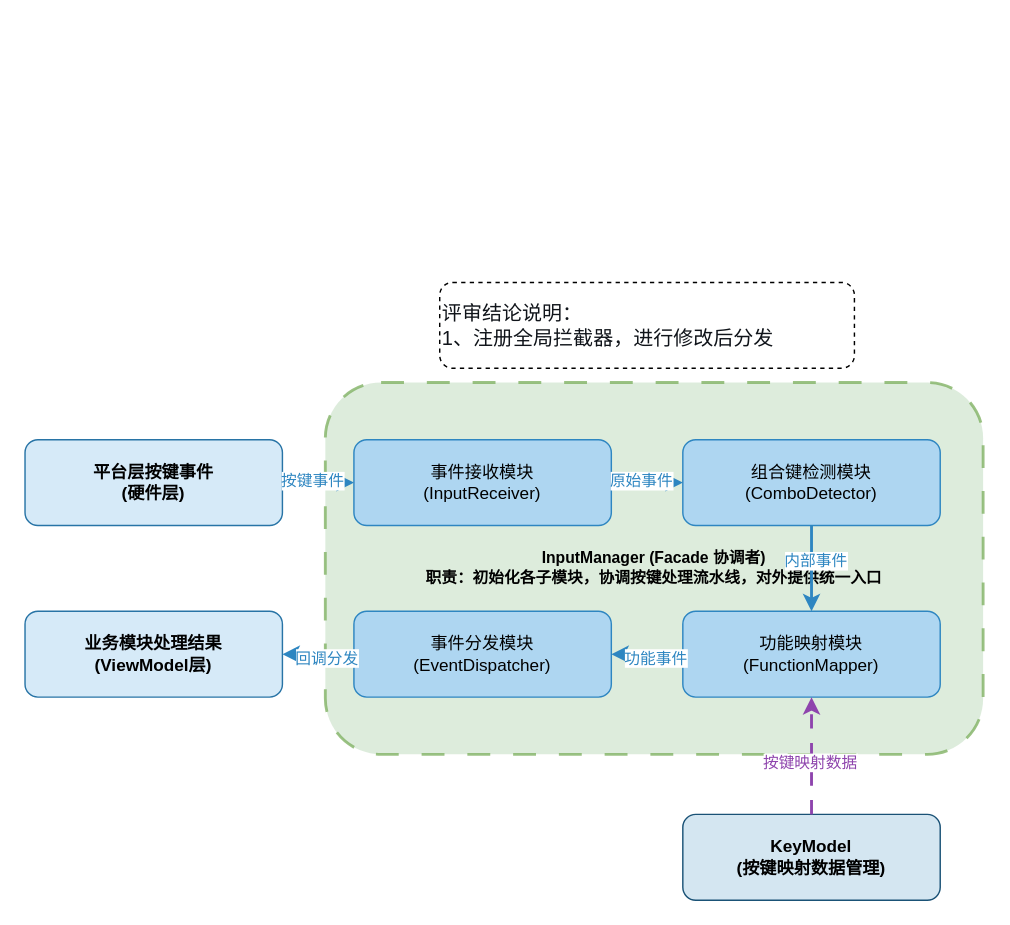
Above: page "按键分发" (11 of 13) of PDR.drawio in liyunhao2/technology (draw.io), before the change. Source tidied: cells renumbered, new cells numbered last; positions are measured from the earlier drawing's top-left corner, leaving out a move shared by most shapes. Both pictures are drawn from the tidied source at 143%, with x=0, y=0 at pixel (24, 282).
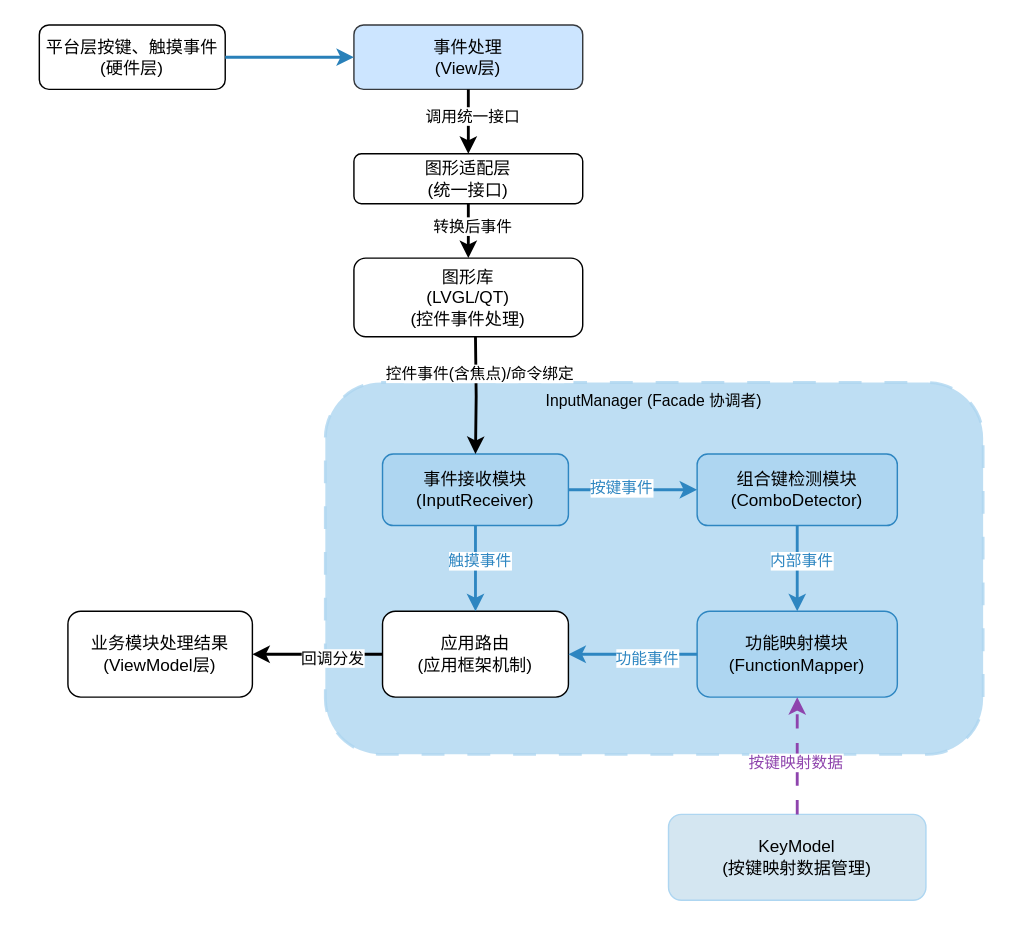
The same diagram, later.

Unchanged cells that the change refers to:
```xml
<mxCell id="12" style="edgeStyle=orthogonalEdgeStyle;rounded=0;html=1;exitX=1;exitY=0.5;entryX=0;entryY=0.5;endArrow=classic;strokeColor=#2E86C1;strokeWidth=2;entryDx=0;entryDy=0;exitDx=0;exitDy=0;" parent="1" edge="1" source="4" target="5">
  <mxGeometry relative="1" as="geometry" />
</mxCell>
```

Change to the diagram source:
```diff
@@
-    <mxCell id="2" value="InputManager (Facade 协调者)&lt;br&gt;职责：初始化各子模块，协调按键处理流水线，对外提供统一入口" style="rounded=1;whiteSpace=wrap;html=1;dashed=1;dashPattern=8 8;fontSize=11;fontStyle=1;strokeWidth=2;opacity=80;fillColor=#d5e8d4;strokeColor=#82b366;" parent="1" vertex="1">
+    <mxCell id="2" value="InputManager (Facade 协调者)" style="rounded=1;whiteSpace=wrap;html=1;dashed=1;dashPattern=8 8;fontSize=11;fontStyle=0;strokeWidth=2;opacity=80;fillColor=#AED6F1;strokeColor=#AED6F1;verticalAlign=top;" parent="1" vertex="1">
       <mxGeometry x="210" y="70" width="460" height="260" as="geometry" />
     </mxCell>
-    <mxCell id="3" value="平台层按键事件&lt;br&gt;(硬件层)" style="rounded=1;whiteSpace=wrap;html=1;fillColor=#D6EAF8;strokeColor=#2874A6;fontSize=12;fontStyle=1;" parent="1" vertex="1">
-      <mxGeometry y="110" width="180" height="60" as="geometry" />
-    </mxCell>
     <mxCell id="4" value="事件接收模块&lt;br&gt;(InputReceiver)" style="rounded=1;whiteSpace=wrap;html=1;fillColor=#AED6F1;strokeColor=#2E86C1;fontSize=12;" parent="1" vertex="1">
-      <mxGeometry x="230" y="110" width="180" height="60" as="geometry" />
+      <mxGeometry x="250" y="120" width="130" height="50" as="geometry" />
     </mxCell>
     <mxCell id="5" value="组合键检测模块&lt;br&gt;(ComboDetector)" style="rounded=1;whiteSpace=wrap;html=1;fillColor=#AED6F1;strokeColor=#2E86C1;fontSize=12;" parent="1" vertex="1">
-      <mxGeometry x="460" y="110" width="180" height="60" as="geometry" />
+      <mxGeometry x="470" y="120" width="140" height="50" as="geometry" />
     </mxCell>
     <mxCell id="6" value="功能映射模块&lt;br&gt;(FunctionMapper)" style="rounded=1;whiteSpace=wrap;html=1;fillColor=#AED6F1;strokeColor=#2E86C1;fontSize=12;" parent="1" vertex="1">
-      <mxGeometry x="460" y="230" width="180" height="60" as="geometry" />
+      <mxGeometry x="470" y="230" width="140" height="60" as="geometry" />
     </mxCell>
-    <mxCell id="7" value="事件分发模块&lt;br&gt;(EventDispatcher)" style="rounded=1;whiteSpace=wrap;html=1;fillColor=#AED6F1;strokeColor=#2E86C1;fontSize=12;" parent="1" vertex="1">
-      <mxGeometry x="230" y="230" width="180" height="60" as="geometry" />
+    <mxCell id="7" value="应用路由&lt;br&gt;(应用框架机制)" style="rounded=1;whiteSpace=wrap;html=1;fontSize=12;" parent="1" vertex="1">
+      <mxGeometry x="250" y="230" width="130" height="60" as="geometry" />
     </mxCell>
-    <mxCell id="8" value="业务模块处理结果&lt;br&gt;(ViewModel层)" style="rounded=1;whiteSpace=wrap;html=1;fillColor=#D6EAF8;strokeColor=#2874A6;fontSize=12;fontStyle=1;" parent="1" vertex="1">
-      <mxGeometry y="230" width="180" height="60" as="geometry" />
+    <mxCell id="8" value="业务模块处理结果&lt;br&gt;(ViewModel层)" style="rounded=1;whiteSpace=wrap;html=1;fontSize=12;fontStyle=0;" parent="1" vertex="1">
+      <mxGeometry x="30" y="230" width="129" height="60" as="geometry" />
     </mxCell>
-    <mxCell id="9" value="KeyModel&lt;br&gt;(按键映射数据管理)" style="rounded=1;whiteSpace=wrap;html=1;fillColor=#D4E6F1;strokeColor=#1A5276;fontSize=12;fontStyle=1;" parent="1" vertex="1">
-      <mxGeometry x="460" y="372" width="180" height="60" as="geometry" />
+    <mxCell id="9" value="KeyModel&lt;br&gt;(按键映射数据管理)" style="rounded=1;whiteSpace=wrap;html=1;fillColor=#D4E6F1;strokeColor=#AED6F1;fontSize=12;fontStyle=0;" parent="1" vertex="1">
+      <mxGeometry x="450" y="372" width="180" height="60" as="geometry" />
     </mxCell>
-    <mxCell id="10" style="edgeStyle=orthogonalEdgeStyle;rounded=0;html=1;exitX=1;exitY=0.5;entryX=0;entryY=0.5;endArrow=classic;strokeColor=#2E86C1;strokeWidth=2;entryDx=0;entryDy=0;exitDx=0;exitDy=0;" parent="1" edge="1" source="3" target="4">
-      <mxGeometry relative="1" as="geometry" />
-    </mxCell>
-    <mxCell id="11" value="按键事件" style="edgeLabel;html=1;align=center;verticalAlign=middle;fontSize=11;fontColor=#2E86C1;" parent="10" vertex="1">
-      <mxGeometry x="-0.2" y="2" relative="1" as="geometry" />
-    </mxCell>
@@
-    <mxCell id="13" value="原始事件" style="edgeLabel;html=1;align=center;verticalAlign=middle;fontSize=11;fontColor=#2E86C1;" parent="12" vertex="1">
+    <mxCell id="13" value="按键事件" style="edgeLabel;html=1;align=center;verticalAlign=middle;fontSize=11;fontColor=#2E86C1;" parent="12" vertex="1">
       <mxGeometry x="-0.2" y="2" relative="1" as="geometry" />
     </mxCell>
@@
-    <mxCell id="18" style="edgeStyle=orthogonalEdgeStyle;rounded=0;html=1;exitX=0;exitY=0.5;entryX=1;entryY=0.5;endArrow=classic;strokeColor=#2E86C1;strokeWidth=2;entryDx=0;entryDy=0;exitDx=0;exitDy=0;" parent="1" edge="1" source="7" target="8">
+    <mxCell id="18" style="edgeStyle=orthogonalEdgeStyle;rounded=0;html=1;exitX=0;exitY=0.5;entryX=1;entryY=0.5;endArrow=classic;strokeColor=#000000;strokeWidth=2;entryDx=0;entryDy=0;exitDx=0;exitDy=0;" parent="1" edge="1" source="7" target="8">
       <mxGeometry relative="1" as="geometry" />
     </mxCell>
-    <mxCell id="19" value="回调分发" style="edgeLabel;html=1;align=center;verticalAlign=middle;fontSize=11;fontColor=#2E86C1;" parent="18" vertex="1">
+    <mxCell id="19" value="回调分发" style="edgeLabel;html=1;align=center;verticalAlign=middle;fontSize=11;fontColor=#000000;" parent="18" vertex="1">
       <mxGeometry x="-0.2" y="2" relative="1" as="geometry" />
     </mxCell>
@@
-    <mxCell id="22" value="&lt;div&gt;&lt;span style=&quot;color: rgb(16, 20, 26); font-family: &amp;quot;PingFang SC&amp;quot;, &amp;quot;Microsoft YaHei&amp;quot;, 黑体, 宋体, sans-serif, TdocsUncommon; font-size: 14px; white-space: pre-line; background-color: rgba(255, 255, 255, 0.92);&quot;&gt;评审结论说明：&lt;/span&gt;&lt;/div&gt;&lt;span style=&quot;color: rgb(16, 20, 26); font-family: &amp;quot;PingFang SC&amp;quot;, &amp;quot;Microsoft YaHei&amp;quot;, 黑体, 宋体, sans-serif, TdocsUncommon; font-size: 14px; white-space: pre-line; background-color: rgba(255, 255, 255, 0.92);&quot;&gt;1、注册全局拦截器，进行修改后分发&lt;/span&gt;" style="rounded=1;whiteSpace=wrap;html=1;dashed=1;align=left;" parent="1" vertex="1">
-      <mxGeometry x="290" width="290" height="60" as="geometry" />
-    </mxCell>
+    <mxCell id="23" value="平台层按键、触摸事件&lt;br&gt;(硬件层)" style="rounded=1;whiteSpace=wrap;html=1;fontSize=12;fontStyle=0;" parent="1" vertex="1">
+      <mxGeometry x="10" y="-180" width="130" height="45" as="geometry" />
+    </mxCell>
+    <mxCell id="24" value="事件处理&lt;br&gt;(View层)" style="rounded=1;whiteSpace=wrap;html=1;fillColor=#cce5ff;strokeColor=#36393d;fontSize=12;" parent="1" vertex="1">
+      <mxGeometry x="230" y="-180" width="160" height="45" as="geometry" />
+    </mxCell>
+    <mxCell id="25" value="图形适配层&lt;br&gt;(统一接口)" style="rounded=1;whiteSpace=wrap;html=1;fontSize=12;" parent="1" vertex="1">
+      <mxGeometry x="230" y="-90" width="160" height="35" as="geometry" />
+    </mxCell>
+    <mxCell id="26" value="图形库&lt;br&gt;(LVGL/QT)&lt;br&gt;(控件事件处理)" style="rounded=1;whiteSpace=wrap;html=1;fontSize=12;" parent="1" vertex="1">
+      <mxGeometry x="230" y="-17" width="160" height="55" as="geometry" />
+    </mxCell>
+    <mxCell id="27" style="edgeStyle=orthogonalEdgeStyle;rounded=0;html=1;exitX=1;exitY=0.5;entryX=0;entryY=0.5;endArrow=classic;strokeColor=#2980B9;strokeWidth=2;fillColor=#cce5ff;" parent="1" edge="1" source="23" target="24">
+      <mxGeometry relative="1" as="geometry" />
+    </mxCell>
+    <mxCell id="28" style="edgeStyle=orthogonalEdgeStyle;rounded=0;html=1;exitX=0.5;exitY=1;entryX=0.5;entryY=0;endArrow=classic;strokeColor=#000000;strokeWidth=2;entryDx=0;entryDy=0;exitDx=0;exitDy=0;" parent="1" edge="1" source="24" target="25">
+      <mxGeometry relative="1" as="geometry" />
+    </mxCell>
+    <mxCell id="29" value="调用统一接口" style="edgeLabel;html=1;align=center;verticalAlign=middle;fontSize=11;fontColor=#000000;" parent="28" vertex="1">
+      <mxGeometry x="-0.2" y="2" relative="1" as="geometry" />
+    </mxCell>
+    <mxCell id="30" style="edgeStyle=orthogonalEdgeStyle;rounded=0;html=1;exitX=0.5;exitY=1;endArrow=classic;strokeColor=#000000;strokeWidth=2;entryX=0.5;entryY=0;entryDx=0;entryDy=0;" parent="1" edge="1" source="25" target="26">
+      <mxGeometry relative="1" as="geometry" />
+    </mxCell>
+    <mxCell id="31" value="转换后事件" style="edgeLabel;html=1;align=center;verticalAlign=middle;fontSize=11;fontColor=#000000;" parent="30" vertex="1">
+      <mxGeometry x="-0.2" y="2" relative="1" as="geometry" />
+    </mxCell>
+    <mxCell id="32" style="edgeStyle=orthogonalEdgeStyle;rounded=0;html=1;endArrow=classic;strokeColor=#000000;strokeWidth=2;fontColor=#000000;entryX=0.5;entryY=0;entryDx=0;entryDy=0;" parent="1" edge="1" target="4">
+      <mxGeometry relative="1" as="geometry">
+        <mxPoint x="315" y="38" as="sourcePoint" />
+      </mxGeometry>
+    </mxCell>
+    <mxCell id="33" value="控件事件(含焦点)/命令绑定" style="edgeLabel;html=1;align=center;verticalAlign=middle;fontSize=11;fontColor=#000000;" parent="32" vertex="1">
+      <mxGeometry x="-0.2" y="2" relative="1" as="geometry">
+        <mxPoint y="-7" as="offset" />
+      </mxGeometry>
+    </mxCell>
+    <mxCell id="34" style="edgeStyle=orthogonalEdgeStyle;rounded=0;html=1;exitX=0.5;exitY=1;entryX=0.5;entryY=0;endArrow=classic;strokeColor=#2E86C1;strokeWidth=2;entryDx=0;entryDy=0;exitDx=0;exitDy=0;" parent="1" edge="1" source="4" target="7">
+      <mxGeometry relative="1" as="geometry" />
+    </mxCell>
+    <mxCell id="35" value="触摸事件" style="edgeLabel;html=1;align=center;verticalAlign=middle;fontSize=11;fontColor=#2E86C1;" parent="34" vertex="1">
+      <mxGeometry x="-0.2" y="2" relative="1" as="geometry" />
+    </mxCell>
```
